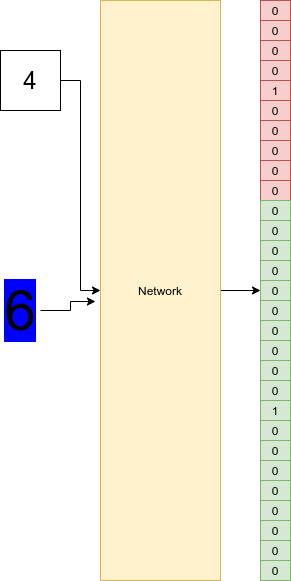
The draw.io diagram img/output_layer.png in TSAI-END3-Group/Pytorch_Assignment, before a commit. Source tidied: cells renumbered, new cells last; positions are measured from the earlier drawing's top-left corner, leaving out a move shared by most shapes. Source of this version:
```xml
<mxGraphModel>
  <root>
    <mxCell id="0" />
    <mxCell id="1" parent="0" />
    <mxCell id="2" style="edgeStyle=orthogonalEdgeStyle;rounded=0;jettySize=auto;html=1;exitX=1;exitY=0.5;exitDx=0;exitDy=0;" parent="1" edge="1" source="3" target="7">
      <mxGeometry relative="1" as="geometry" />
    </mxCell>
    <mxCell id="3" value="&lt;font style=&quot;font-size: 24px&quot;&gt;4&lt;/font&gt;" style="rounded=0;whiteSpace=wrap;html=1;" parent="1" vertex="1">
      <mxGeometry y="50" width="60" height="60" as="geometry" />
    </mxCell>
    <mxCell id="4" style="edgeStyle=orthogonalEdgeStyle;rounded=0;jettySize=auto;html=1;entryX=-0.042;entryY=0.519;entryDx=0;entryDy=0;entryPerimeter=0;" parent="1" edge="1" source="5" target="7">
      <mxGeometry relative="1" as="geometry" />
    </mxCell>
    <mxCell id="5" value="&lt;font style=&quot;font-size: 56px ; background-color: rgb(0 , 0 , 255)&quot;&gt;6&lt;/font&gt;" style="text;html=1;strokeColor=none;fillColor=none;align=center;verticalAlign=middle;whiteSpace=wrap;rounded=0;" parent="1" vertex="1">
      <mxGeometry y="300" width="40" height="20" as="geometry" />
    </mxCell>
    <mxCell id="6" style="edgeStyle=orthogonalEdgeStyle;rounded=0;jettySize=auto;html=1;exitX=1;exitY=0.5;exitDx=0;exitDy=0;entryX=0;entryY=0.5;entryDx=0;entryDy=0;" parent="1" edge="1" source="7" target="22">
      <mxGeometry relative="1" as="geometry" />
    </mxCell>
    <mxCell id="7" value="Network" style="rounded=0;whiteSpace=wrap;html=1;fillColor=#fff2cc;strokeColor=#d6b656;" parent="1" vertex="1">
      <mxGeometry x="100" width="120" height="580" as="geometry" />
    </mxCell>
    <mxCell id="8" value="0" style="rounded=0;whiteSpace=wrap;html=1;fillColor=#f8cecc;strokeColor=#b85450;" parent="1" vertex="1">
      <mxGeometry x="260" width="30" height="20" as="geometry" />
    </mxCell>
    <mxCell id="9" value="0" style="rounded=0;whiteSpace=wrap;html=1;fillColor=#f8cecc;strokeColor=#b85450;" parent="1" vertex="1">
      <mxGeometry x="260" y="20" width="30" height="20" as="geometry" />
    </mxCell>
    <mxCell id="10" value="0" style="rounded=0;whiteSpace=wrap;html=1;fillColor=#f8cecc;strokeColor=#b85450;" parent="1" vertex="1">
      <mxGeometry x="260" y="40" width="30" height="20" as="geometry" />
    </mxCell>
    <mxCell id="11" value="0" style="rounded=0;whiteSpace=wrap;html=1;fillColor=#f8cecc;strokeColor=#b85450;" parent="1" vertex="1">
      <mxGeometry x="260" y="60" width="30" height="20" as="geometry" />
    </mxCell>
    <mxCell id="12" value="1" style="rounded=0;whiteSpace=wrap;html=1;fillColor=#f8cecc;strokeColor=#b85450;" parent="1" vertex="1">
      <mxGeometry x="260" y="80" width="30" height="20" as="geometry" />
    </mxCell>
    <mxCell id="13" value="0" style="rounded=0;whiteSpace=wrap;html=1;fillColor=#f8cecc;strokeColor=#b85450;" parent="1" vertex="1">
      <mxGeometry x="260" y="100" width="30" height="20" as="geometry" />
    </mxCell>
    <mxCell id="14" value="0" style="rounded=0;whiteSpace=wrap;html=1;fillColor=#f8cecc;strokeColor=#b85450;" parent="1" vertex="1">
      <mxGeometry x="260" y="120" width="30" height="20" as="geometry" />
    </mxCell>
    <mxCell id="15" value="0" style="rounded=0;whiteSpace=wrap;html=1;fillColor=#f8cecc;strokeColor=#b85450;" parent="1" vertex="1">
      <mxGeometry x="260" y="140" width="30" height="20" as="geometry" />
    </mxCell>
    <mxCell id="16" value="0" style="rounded=0;whiteSpace=wrap;html=1;fillColor=#f8cecc;strokeColor=#b85450;" parent="1" vertex="1">
      <mxGeometry x="260" y="160" width="30" height="20" as="geometry" />
    </mxCell>
    <mxCell id="17" value="0" style="rounded=0;whiteSpace=wrap;html=1;fillColor=#f8cecc;strokeColor=#b85450;" parent="1" vertex="1">
      <mxGeometry x="260" y="180" width="30" height="20" as="geometry" />
    </mxCell>
    <mxCell id="18" value="0" style="rounded=0;whiteSpace=wrap;html=1;fillColor=#d5e8d4;strokeColor=#82b366;" parent="1" vertex="1">
      <mxGeometry x="260" y="200" width="30" height="20" as="geometry" />
    </mxCell>
    <mxCell id="19" value="0" style="rounded=0;whiteSpace=wrap;html=1;fillColor=#d5e8d4;strokeColor=#82b366;" parent="1" vertex="1">
      <mxGeometry x="260" y="220" width="30" height="20" as="geometry" />
    </mxCell>
    <mxCell id="20" value="0" style="rounded=0;whiteSpace=wrap;html=1;fillColor=#d5e8d4;strokeColor=#82b366;" parent="1" vertex="1">
      <mxGeometry x="260" y="240" width="30" height="20" as="geometry" />
    </mxCell>
    <mxCell id="21" value="0" style="rounded=0;whiteSpace=wrap;html=1;fillColor=#d5e8d4;strokeColor=#82b366;" parent="1" vertex="1">
      <mxGeometry x="260" y="260" width="30" height="20" as="geometry" />
    </mxCell>
    <mxCell id="22" value="0" style="rounded=0;whiteSpace=wrap;html=1;fillColor=#d5e8d4;strokeColor=#82b366;" parent="1" vertex="1">
      <mxGeometry x="260" y="280" width="30" height="20" as="geometry" />
    </mxCell>
    <mxCell id="23" value="0" style="rounded=0;whiteSpace=wrap;html=1;fillColor=#d5e8d4;strokeColor=#82b366;" parent="1" vertex="1">
      <mxGeometry x="260" y="300" width="30" height="20" as="geometry" />
    </mxCell>
    <mxCell id="24" value="0" style="rounded=0;whiteSpace=wrap;html=1;fillColor=#d5e8d4;strokeColor=#82b366;" parent="1" vertex="1">
      <mxGeometry x="260" y="320" width="30" height="20" as="geometry" />
    </mxCell>
    <mxCell id="25" value="0" style="rounded=0;whiteSpace=wrap;html=1;fillColor=#d5e8d4;strokeColor=#82b366;" parent="1" vertex="1">
      <mxGeometry x="260" y="340" width="30" height="20" as="geometry" />
    </mxCell>
    <mxCell id="26" value="0" style="rounded=0;whiteSpace=wrap;html=1;fillColor=#d5e8d4;strokeColor=#82b366;" parent="1" vertex="1">
      <mxGeometry x="260" y="360" width="30" height="20" as="geometry" />
    </mxCell>
    <mxCell id="27" value="0" style="rounded=0;whiteSpace=wrap;html=1;fillColor=#d5e8d4;strokeColor=#82b366;" parent="1" vertex="1">
      <mxGeometry x="260" y="380" width="30" height="20" as="geometry" />
    </mxCell>
    <mxCell id="28" value="1" style="rounded=0;whiteSpace=wrap;html=1;fillColor=#d5e8d4;strokeColor=#82b366;" parent="1" vertex="1">
      <mxGeometry x="260" y="400" width="30" height="20" as="geometry" />
    </mxCell>
    <mxCell id="29" value="0" style="rounded=0;whiteSpace=wrap;html=1;fillColor=#d5e8d4;strokeColor=#82b366;" parent="1" vertex="1">
      <mxGeometry x="260" y="420" width="30" height="20" as="geometry" />
    </mxCell>
    <mxCell id="30" value="0" style="rounded=0;whiteSpace=wrap;html=1;fillColor=#d5e8d4;strokeColor=#82b366;" parent="1" vertex="1">
      <mxGeometry x="260" y="440" width="30" height="20" as="geometry" />
    </mxCell>
    <mxCell id="31" value="0" style="rounded=0;whiteSpace=wrap;html=1;fillColor=#d5e8d4;strokeColor=#82b366;" parent="1" vertex="1">
      <mxGeometry x="260" y="460" width="30" height="20" as="geometry" />
    </mxCell>
    <mxCell id="32" value="0" style="rounded=0;whiteSpace=wrap;html=1;fillColor=#d5e8d4;strokeColor=#82b366;" parent="1" vertex="1">
      <mxGeometry x="260" y="480" width="30" height="20" as="geometry" />
    </mxCell>
    <mxCell id="33" value="0" style="rounded=0;whiteSpace=wrap;html=1;fillColor=#d5e8d4;strokeColor=#82b366;" parent="1" vertex="1">
      <mxGeometry x="260" y="500" width="30" height="20" as="geometry" />
    </mxCell>
    <mxCell id="34" value="0" style="rounded=0;whiteSpace=wrap;html=1;fillColor=#d5e8d4;strokeColor=#82b366;" parent="1" vertex="1">
      <mxGeometry x="260" y="520" width="30" height="20" as="geometry" />
    </mxCell>
    <mxCell id="35" value="0" style="rounded=0;whiteSpace=wrap;html=1;fillColor=#d5e8d4;strokeColor=#82b366;" parent="1" vertex="1">
      <mxGeometry x="260" y="540" width="30" height="20" as="geometry" />
    </mxCell>
    <mxCell id="36" value="0" style="rounded=0;whiteSpace=wrap;html=1;fillColor=#d5e8d4;strokeColor=#82b366;" parent="1" vertex="1">
      <mxGeometry x="260" y="560" width="30" height="20" as="geometry" />
    </mxCell>
  </root>
</mxGraphModel>
```
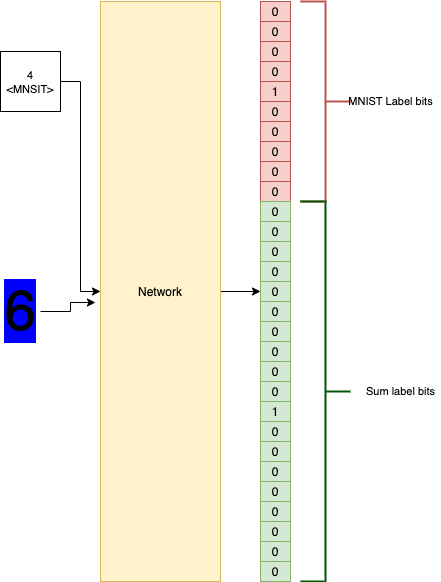
The same diagram one commit later.

Commit message:
updated the output layer diagram

The edit, as a diff of the source:
```diff
@@ -5,7 +5,7 @@
     <mxCell id="2" style="edgeStyle=orthogonalEdgeStyle;rounded=0;jettySize=auto;html=1;exitX=1;exitY=0.5;exitDx=0;exitDy=0;" parent="1" edge="1" source="3" target="7">
       <mxGeometry relative="1" as="geometry" />
     </mxCell>
-    <mxCell id="3" value="&lt;font style=&quot;font-size: 24px&quot;&gt;4&lt;/font&gt;" style="rounded=0;whiteSpace=wrap;html=1;" parent="1" vertex="1">
+    <mxCell id="3" value="&lt;font style=&quot;font-size: 11px&quot;&gt;4&lt;br&gt;&amp;lt;MNSIT&amp;gt;&lt;br&gt;&lt;/font&gt;" style="rounded=0;whiteSpace=wrap;html=1;" parent="1" vertex="1">
       <mxGeometry y="50" width="60" height="60" as="geometry" />
     </mxCell>
     <mxCell id="4" style="edgeStyle=orthogonalEdgeStyle;rounded=0;jettySize=auto;html=1;entryX=-0.042;entryY=0.519;entryDx=0;entryDy=0;entryPerimeter=0;" parent="1" edge="1" source="5" target="7">
@@ -107,5 +107,17 @@
     <mxCell id="36" value="0" style="rounded=0;whiteSpace=wrap;html=1;fillColor=#d5e8d4;strokeColor=#82b366;" parent="1" vertex="1">
       <mxGeometry x="260" y="560" width="30" height="20" as="geometry" />
     </mxCell>
+    <mxCell id="37" style="strokeWidth=2;html=1;shape=mxgraph.flowchart.annotation_2;align=left;labelPosition=right;fontSize=11;rotation=-180;fillColor=#f8cecc;strokeColor=#b85450;" parent="1" vertex="1">
+      <mxGeometry x="300" width="50" height="200" as="geometry" />
+    </mxCell>
+    <mxCell id="38" value="MNIST Label bits" style="text;html=1;align=center;verticalAlign=middle;strokeColor=none;fillColor=none;fontSize=11;" parent="1" vertex="1">
+      <mxGeometry x="340" y="90" width="100" height="20" as="geometry" />
+    </mxCell>
+    <mxCell id="39" style="strokeWidth=2;html=1;shape=mxgraph.flowchart.annotation_2;align=left;labelPosition=right;fontSize=11;rotation=-180;fillColor=#008a00;fontColor=#ffffff;strokeColor=#005700;" parent="1" vertex="1">
+      <mxGeometry x="300" y="200" width="50" height="380" as="geometry" />
+    </mxCell>
+    <mxCell id="40" value="Sum label bits" style="text;html=1;align=center;verticalAlign=middle;strokeColor=none;fillColor=none;fontSize=11;" parent="1" vertex="1">
+      <mxGeometry x="360" y="380" width="80" height="20" as="geometry" />
+    </mxCell>
   </root>
 </mxGraphModel>
```
